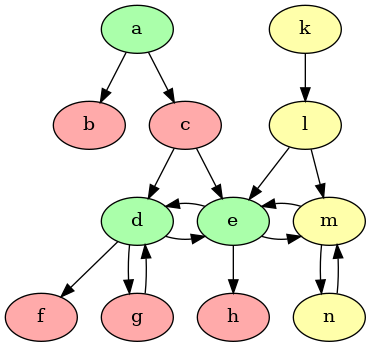
Earlier version of the Graphviz export output/state_2.0_graph.png (idaks/Games-and-Argumentation). Its source is kept beside it as output/state_2.0_graph.dot.
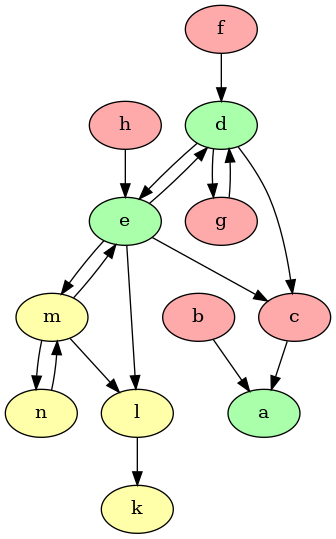
The same file after the commit.

Change to the diagram source:
```diff
@@ -1,44 +1,43 @@
 strict digraph "" {
+	b	[fillcolor="#FFAAAA",
+		style=filled];
 	a	[fillcolor="#AAFFAA",
 		style=filled];
-	b	[fillcolor="#FFAAAA",
-		style=filled];
-	a -> b;
+	b -> a;
 	c	[fillcolor="#FFAAAA",
 		style=filled];
-	a -> c;
+	c -> a;
+	l	[fillcolor="#FFFFAA",
+		style=filled];
+	k	[fillcolor="#FFFFAA",
+		style=filled];
+	l -> k;
 	d	[fillcolor="#AAFFAA",
 		style=filled];
-	c -> d;
+	d -> c;
 	e	[fillcolor="#AAFFAA",
 		style=filled];
-	c -> e;
-	k	[fillcolor="#FFFFAA",
-		style=filled];
-	l	[fillcolor="#FFFFAA",
-		style=filled];
-	k -> l;
-	l -> e;
-	m	[fillcolor="#FFFFAA",
-		style=filled];
-	l -> m;
 	d -> e;
-	f	[fillcolor="#FFAAAA",
-		style=filled];
-	d -> f;
 	g	[fillcolor="#FFAAAA",
 		style=filled];
 	d -> g;
+	e -> c;
+	e -> l;
 	e -> d;
+	m	[fillcolor="#FFFFAA",
+		style=filled];
 	e -> m;
-	h	[fillcolor="#FFAAAA",
-		style=filled];
-	e -> h;
+	m -> l;
 	m -> e;
 	n	[fillcolor="#FFFFAA",
 		style=filled];
 	m -> n;
+	f	[fillcolor="#FFAAAA",
+		style=filled];
+	f -> d;
 	g -> d;
+	h	[fillcolor="#FFAAAA",
+		style=filled];
+	h -> e;
 	n -> m;
-{rank=same; "d" "e" "m"}
 }
```
